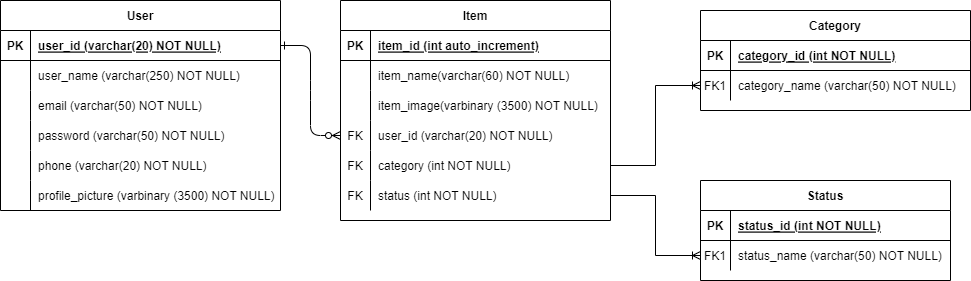
This is Images/DER.png from NegligentWhale7/Armas-Alam-practicas-3, a draw.io export, as it was before one commit. Source tidied: cells renumbered, new cells last; positions are measured from the earlier drawing's top-left corner, leaving out a move shared by most shapes.
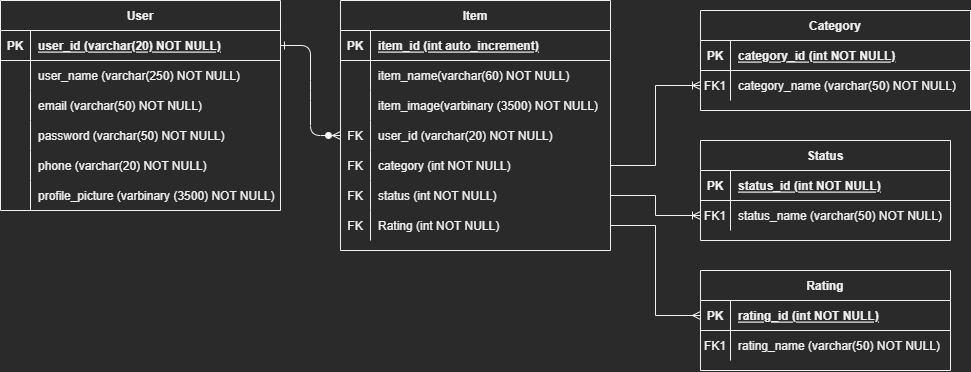
Later version of the same file.

The edit, as a diff of the source:
```diff
@@ -6,7 +6,7 @@
       <mxGeometry relative="1" as="geometry" />
     </mxCell>
     <mxCell id="3" value="Item" style="shape=table;startSize=30;rowLines=0;fontStyle=1;align=center;" parent="1" vertex="1">
-      <mxGeometry x="340" width="270" height="220" as="geometry" />
+      <mxGeometry x="340" width="270" height="250" as="geometry" />
     </mxCell>
     <mxCell id="4" style="shape=partialRectangle;fillColor=none;top=0;left=0;right=0;bottom=1;" parent="3" vertex="1">
       <mxGeometry y="30" width="270" height="30" as="geometry" />
@@ -62,8 +62,17 @@
     <mxCell id="21" value="status (int NOT NULL)" style="shape=partialRectangle;overflow=hidden;fillColor=none;top=0;left=0;bottom=0;right=0;align=left;spacingLeft=6;" parent="19" vertex="1">
       <mxGeometry x="30" width="240" height="30" as="geometry" />
     </mxCell>
+    <mxCell id="57" style="shape=partialRectangle;fillColor=none;points=[[0,0.5],[1,0.5]];portConstraint=eastwest;top=0;left=0;right=0;bottom=0;" parent="3" vertex="1">
+      <mxGeometry y="210" width="270" height="30" as="geometry" />
+    </mxCell>
+    <mxCell id="58" value="FK" style="shape=partialRectangle;overflow=hidden;fillColor=none;top=0;left=0;bottom=0;right=0;" parent="57" vertex="1">
+      <mxGeometry width="30" height="30" as="geometry" />
+    </mxCell>
+    <mxCell id="59" value="Rating (int NOT NULL)" style="shape=partialRectangle;overflow=hidden;fillColor=none;top=0;left=0;bottom=0;right=0;align=left;spacingLeft=6;" parent="57" vertex="1">
+      <mxGeometry x="30" width="240" height="30" as="geometry" />
+    </mxCell>
     <mxCell id="22" value="Status" style="shape=table;startSize=30;rowLines=0;fontStyle=1;align=center;" parent="1" vertex="1">
-      <mxGeometry x="700" y="180" width="250" height="100" as="geometry" />
+      <mxGeometry x="700" y="140" width="250" height="100" as="geometry" />
     </mxCell>
     <mxCell id="23" style="shape=partialRectangle;fillColor=none;top=0;left=0;right=0;bottom=1;" parent="22" vertex="1">
       <mxGeometry y="30" width="250" height="30" as="geometry" />
@@ -167,5 +176,29 @@
     <mxCell id="56" style="edgeStyle=orthogonalEdgeStyle;rounded=0;jettySize=auto;html=1;endArrow=ERoneToMany;endFill=0;" parent="1" edge="1" source="19" target="26">
       <mxGeometry relative="1" as="geometry" />
     </mxCell>
+    <mxCell id="60" value="Rating" style="shape=table;startSize=30;rowLines=0;fontStyle=1;align=center;" parent="1" vertex="1">
+      <mxGeometry x="700" y="270" width="250" height="100" as="geometry" />
+    </mxCell>
+    <mxCell id="61" style="shape=partialRectangle;fillColor=none;points=[[0,0.5],[1,0.5]];portConstraint=eastwest;top=0;left=0;right=0;bottom=1;" parent="60" vertex="1">
+      <mxGeometry y="30" width="250" height="30" as="geometry" />
+    </mxCell>
+    <mxCell id="62" value="PK" style="shape=partialRectangle;overflow=hidden;fillColor=none;top=0;left=0;bottom=0;right=0;fontStyle=1;" parent="61" vertex="1">
+      <mxGeometry width="30" height="30" as="geometry" />
+    </mxCell>
+    <mxCell id="63" value="rating_id (int NOT NULL)" style="shape=partialRectangle;overflow=hidden;fillColor=none;top=0;left=0;bottom=0;right=0;align=left;spacingLeft=6;fontStyle=5;" parent="61" vertex="1">
+      <mxGeometry x="30" width="220" height="30" as="geometry" />
+    </mxCell>
+    <mxCell id="64" style="shape=partialRectangle;fillColor=none;top=0;left=0;right=0;bottom=0;" parent="60" vertex="1">
+      <mxGeometry y="60" width="250" height="30" as="geometry" />
+    </mxCell>
+    <mxCell id="65" value="FK1" style="shape=partialRectangle;overflow=hidden;fillColor=none;top=0;left=0;bottom=0;right=0;" parent="64" vertex="1">
+      <mxGeometry width="30" height="30" as="geometry" />
+    </mxCell>
+    <mxCell id="66" value="rating_name (varchar(50) NOT NULL)" style="shape=partialRectangle;overflow=hidden;fillColor=none;top=0;left=0;bottom=0;right=0;align=left;spacingLeft=6;" parent="64" vertex="1">
+      <mxGeometry x="30" width="220" height="30" as="geometry" />
+    </mxCell>
+    <mxCell id="67" style="edgeStyle=orthogonalEdgeStyle;rounded=0;jettySize=auto;html=1;entryX=0;entryY=0.5;entryDx=0;entryDy=0;endArrow=ERmany;endFill=0;" parent="1" edge="1" source="57" target="61">
+      <mxGeometry relative="1" as="geometry" />
+    </mxCell>
   </root>
 </mxGraphModel>
```
